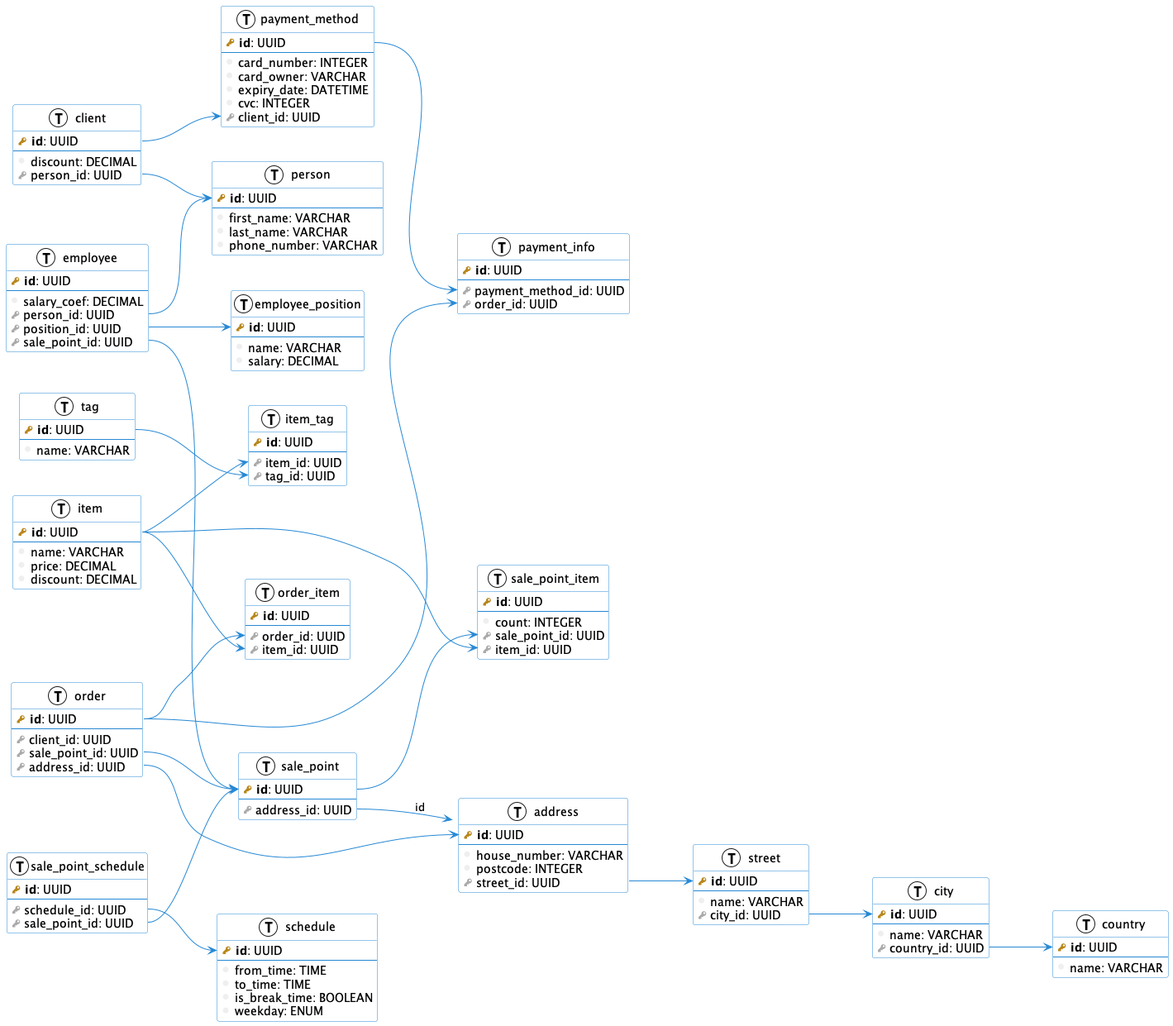
Above: db.png in danilshvalov/databases-lab (PlantUML), before the change.
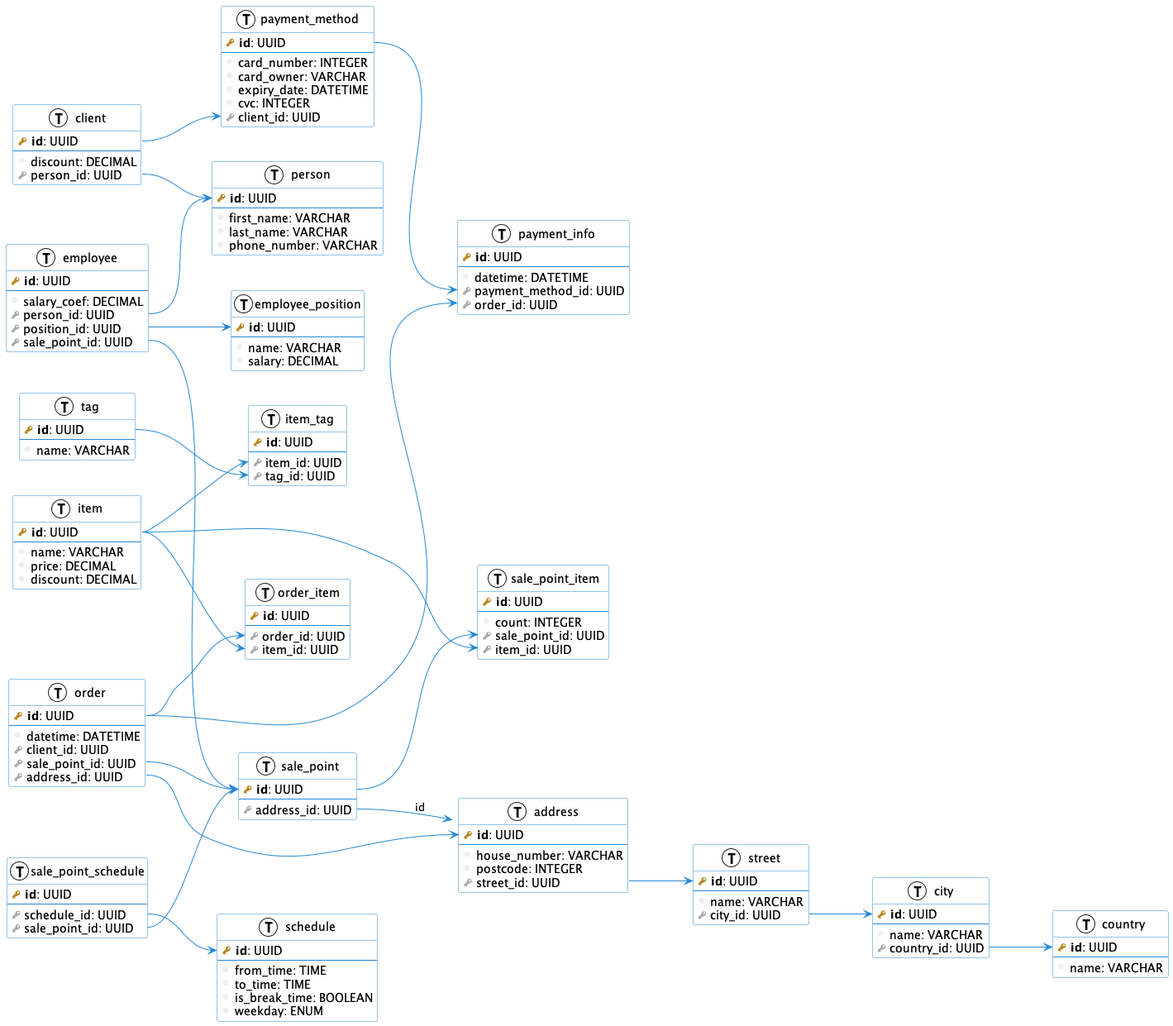
Above is the later version.

What changed in the source:
```diff
@@ -42,6 +42,7 @@
 table(payment_info) {
     primary_key(id): UUID
     --
+	column(datetime): DATETIME
     foreign_key(payment_method_id): UUID
     foreign_key(order_id): UUID
 }
@@ -70,6 +71,7 @@
 table(order) {
     primary_key(id): UUID
     --
+	column(datetime): DATETIME
     foreign_key(client_id): UUID
     foreign_key(sale_point_id): UUID
     foreign_key(address_id): UUID
```
